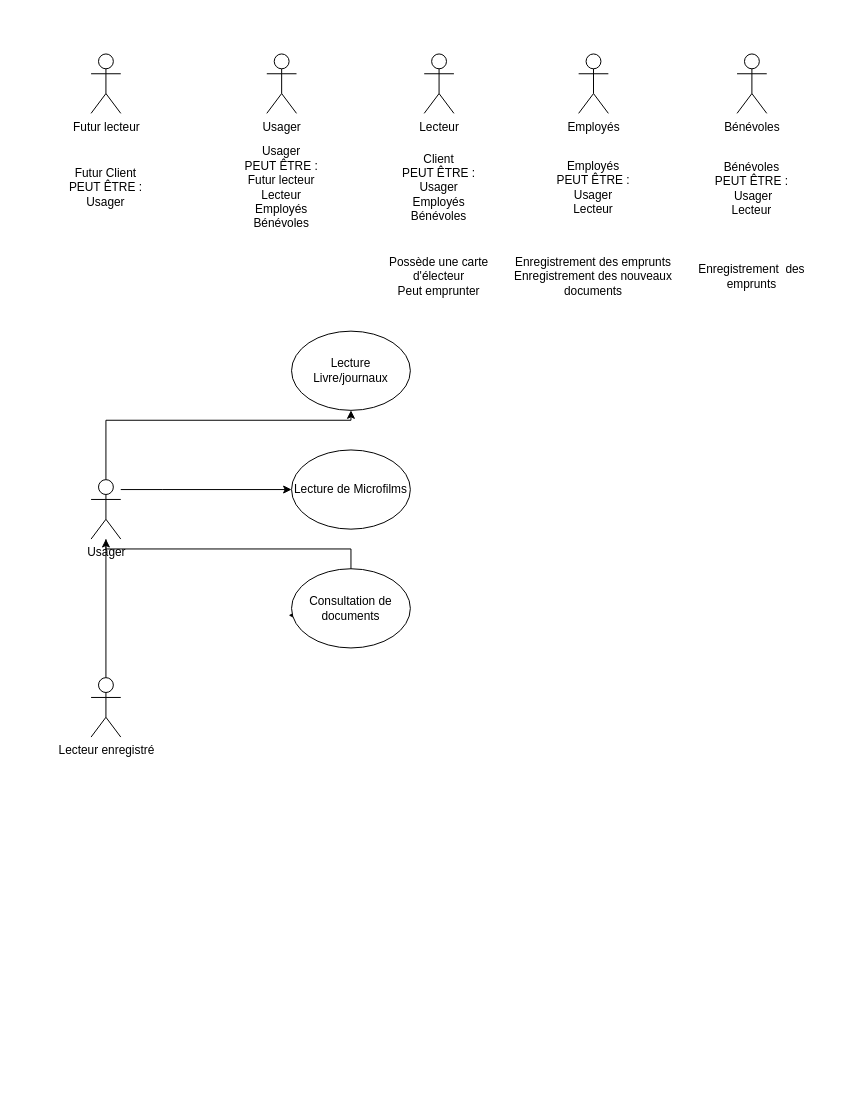
The draw.io diagram Untitled Diagram.drawio in FlorianPtf/Git-Mon-depot-distant, before the edit. Source tidied: cells renumbered, new cells numbered last; positions are measured from the earlier drawing's top-left corner, leaving out a move shared by most shapes. Both pictures are drawn from the tidied source at 99%, with x=0, y=0 at pixel (63, 53).
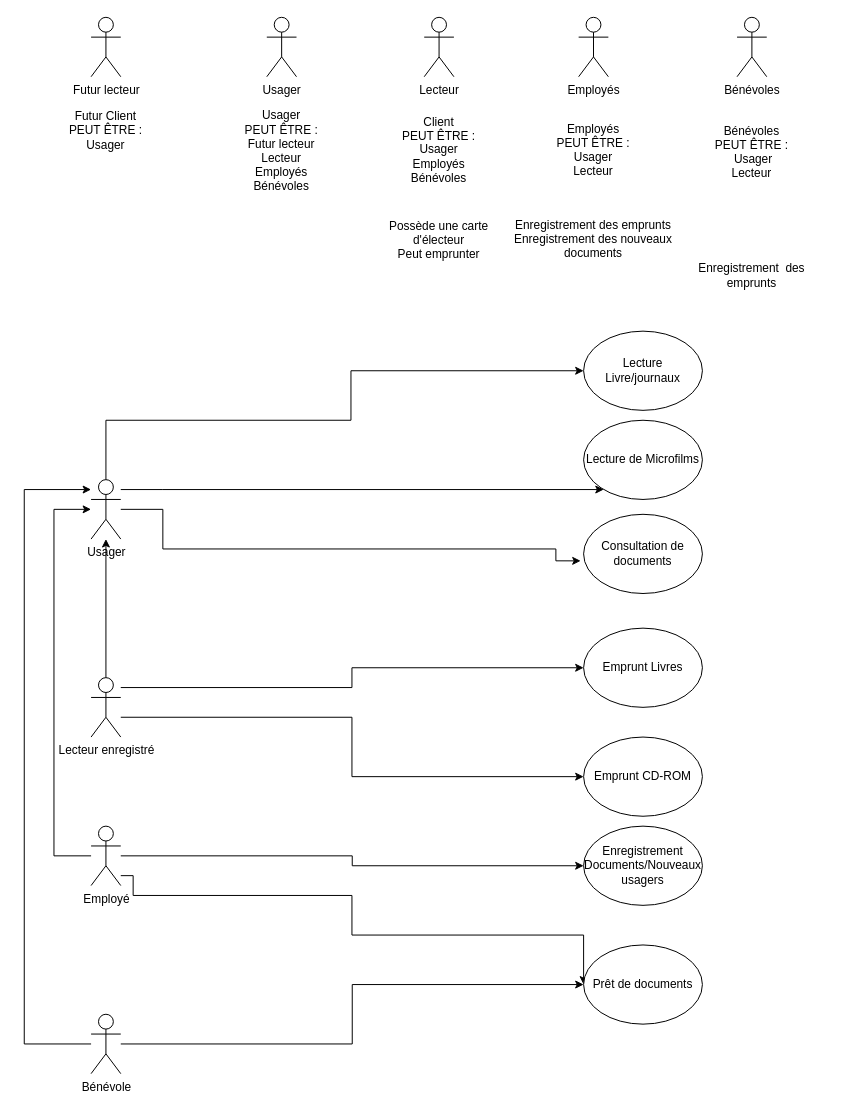
Above is the later version.

Commit message:
UML Bil

Unchanged cells that the change refers to:
```xml
<mxCell id="18" value="Usager&lt;br&gt;" style="shape=umlActor;verticalLabelPosition=bottom;verticalAlign=top;html=1;outlineConnect=0;" parent="1" vertex="1">
  <mxGeometry x="27.5" y="430" width="30" height="60" as="geometry" />
</mxCell>
<mxCell id="22" value="Lecteur enregistré&lt;br&gt;" style="shape=umlActor;verticalLabelPosition=bottom;verticalAlign=top;html=1;outlineConnect=0;" parent="1" vertex="1">
  <mxGeometry x="27.5" y="630" width="30" height="60" as="geometry" />
</mxCell>
```

Change to the diagram source:
```diff
@@
     <mxCell id="2" value="Usager&lt;br&gt;" style="shape=umlActor;verticalLabelPosition=bottom;verticalAlign=top;html=1;" parent="1" vertex="1">
-      <mxGeometry x="205" width="30" height="60" as="geometry" />
+      <mxGeometry x="205" y="-37" width="30" height="60" as="geometry" />
     </mxCell>
     <mxCell id="3" value="Futur lecteur" style="shape=umlActor;verticalLabelPosition=bottom;verticalAlign=top;html=1;" parent="1" vertex="1">
-      <mxGeometry x="27.5" width="30" height="60" as="geometry" />
+      <mxGeometry x="27.5" y="-37" width="30" height="60" as="geometry" />
     </mxCell>
     <mxCell id="4" value="Lecteur" style="shape=umlActor;verticalLabelPosition=bottom;verticalAlign=top;html=1;" parent="1" vertex="1">
-      <mxGeometry x="364" width="30" height="60" as="geometry" />
+      <mxGeometry x="364" y="-37" width="30" height="60" as="geometry" />
     </mxCell>
     <mxCell id="5" value="Employés&lt;br&gt;" style="shape=umlActor;verticalLabelPosition=bottom;verticalAlign=top;html=1;" parent="1" vertex="1">
-      <mxGeometry x="520" width="30" height="60" as="geometry" />
+      <mxGeometry x="520" y="-37" width="30" height="60" as="geometry" />
     </mxCell>
     <mxCell id="6" value="Bénévoles&lt;br&gt;" style="shape=umlActor;verticalLabelPosition=bottom;verticalAlign=top;html=1;" parent="1" vertex="1">
-      <mxGeometry x="680" width="30" height="60" as="geometry" />
+      <mxGeometry x="680" y="-37" width="30" height="60" as="geometry" />
     </mxCell>
     <mxCell id="7" value="Futur Client&lt;br&gt;PEUT ÊTRE :&lt;br&gt;Usager" style="text;html=1;strokeColor=none;fillColor=none;align=center;verticalAlign=middle;whiteSpace=wrap;rounded=0;" parent="1" vertex="1">
-      <mxGeometry y="120" width="85" height="30" as="geometry" />
+      <mxGeometry y="62" width="85" height="30" as="geometry" />
     </mxCell>
     <mxCell id="8" value="Usager&lt;br&gt;PEUT ÊTRE :&lt;br&gt;Futur lecteur&lt;br&gt;Lecteur&lt;br&gt;Employés&lt;br&gt;Bénévoles" style="text;html=1;strokeColor=none;fillColor=none;align=center;verticalAlign=middle;whiteSpace=wrap;rounded=0;" parent="1" vertex="1">
-      <mxGeometry x="160" y="120" width="120" height="30" as="geometry" />
+      <mxGeometry x="160" y="83" width="120" height="30" as="geometry" />
     </mxCell>
     <mxCell id="9" value="Client&lt;br&gt;PEUT ÊTRE :&lt;br&gt;Usager&lt;br&gt;Employés&lt;br&gt;Bénévoles" style="text;html=1;strokeColor=none;fillColor=none;align=center;verticalAlign=middle;whiteSpace=wrap;rounded=0;" parent="1" vertex="1">
-      <mxGeometry x="334" y="120" width="90" height="30" as="geometry" />
+      <mxGeometry x="334" y="82" width="90" height="30" as="geometry" />
     </mxCell>
     <mxCell id="10" value="Employés&lt;br&gt;PEUT ÊTRE :&lt;br&gt;Usager&lt;br&gt;Lecteur" style="text;html=1;strokeColor=none;fillColor=none;align=center;verticalAlign=middle;whiteSpace=wrap;rounded=0;" parent="1" vertex="1">
-      <mxGeometry x="490" y="120" width="90" height="30" as="geometry" />
+      <mxGeometry x="490" y="82" width="90" height="30" as="geometry" />
     </mxCell>
     <mxCell id="11" value="Bénévoles&lt;br&gt;PEUT ÊTRE :&lt;br&gt;&amp;nbsp;Usager&lt;br&gt;Lecteur" style="text;html=1;strokeColor=none;fillColor=none;align=center;verticalAlign=middle;whiteSpace=wrap;rounded=0;" parent="1" vertex="1">
-      <mxGeometry x="645" y="121" width="100" height="30" as="geometry" />
+      <mxGeometry x="645" y="84" width="100" height="30" as="geometry" />
     </mxCell>
     <mxCell id="12" value="Enregistrement&amp;nbsp; des emprunts" style="text;html=1;strokeColor=none;fillColor=none;align=center;verticalAlign=middle;whiteSpace=wrap;rounded=0;" parent="1" vertex="1">
-      <mxGeometry x="620" y="210" width="150" height="30" as="geometry" />
+      <mxGeometry x="620" y="209" width="150" height="30" as="geometry" />
     </mxCell>
     <mxCell id="13" value="Enregistrement des emprunts&lt;br&gt;Enregistrement des nouveaux documents" style="text;html=1;strokeColor=none;fillColor=none;align=center;verticalAlign=middle;whiteSpace=wrap;rounded=0;" parent="1" vertex="1">
-      <mxGeometry x="445" y="210" width="180" height="30" as="geometry" />
+      <mxGeometry x="445" y="172" width="180" height="30" as="geometry" />
     </mxCell>
     <mxCell id="14" value="Possède une carte d'électeur&lt;br&gt;Peut emprunter" style="text;html=1;strokeColor=none;fillColor=none;align=center;verticalAlign=middle;whiteSpace=wrap;rounded=0;" parent="1" vertex="1">
-      <mxGeometry x="309" y="210" width="140" height="30" as="geometry" />
+      <mxGeometry x="309" y="173" width="140" height="30" as="geometry" />
     </mxCell>
@@
     <mxCell id="17" style="edgeStyle=orthogonalEdgeStyle;rounded=0;jettySize=auto;html=1;entryX=-0.025;entryY=0.588;entryDx=0;entryDy=0;entryPerimeter=0;" parent="1" edge="1" source="18" target="23">
       <mxGeometry relative="1" as="geometry">
         <Array as="points">
-          <mxPoint x="43" y="500" />
-          <mxPoint x="290" y="500" />
-          <mxPoint x="290" y="567" />
+          <mxPoint x="100" y="460" />
+          <mxPoint x="100" y="500" />
+          <mxPoint x="497" y="500" />
+          <mxPoint x="497" y="512" />
         </Array>
       </mxGeometry>
     </mxCell>
@@
     <mxCell id="19" value="Lecture Livre/journaux" style="ellipse;whiteSpace=wrap;html=1;" parent="1" vertex="1">
-      <mxGeometry x="230" y="280" width="120" height="80" as="geometry" />
+      <mxGeometry x="525" y="280" width="120" height="80" as="geometry" />
     </mxCell>
     <mxCell id="20" value="Lecture de Microfilms" style="ellipse;whiteSpace=wrap;html=1;" parent="1" vertex="1">
-      <mxGeometry x="230" y="400" width="120" height="80" as="geometry" />
+      <mxGeometry x="525" y="370" width="120" height="80" as="geometry" />
     </mxCell>
@@
+    <mxCell id="24" style="edgeStyle=orthogonalEdgeStyle;rounded=0;jettySize=auto;html=1;" parent="1" edge="1" source="22" target="26">
+      <mxGeometry relative="1" as="geometry">
+        <Array as="points">
+          <mxPoint x="291" y="640" />
+          <mxPoint x="291" y="620" />
+        </Array>
+      </mxGeometry>
+    </mxCell>
+    <mxCell id="25" style="edgeStyle=orthogonalEdgeStyle;rounded=0;jettySize=auto;html=1;entryX=0;entryY=0.5;entryDx=0;entryDy=0;" parent="1" edge="1" source="22" target="27">
+      <mxGeometry relative="1" as="geometry">
+        <Array as="points">
+          <mxPoint x="291" y="670" />
+          <mxPoint x="291" y="730" />
+        </Array>
+      </mxGeometry>
+    </mxCell>
@@
     <mxCell id="23" value="Consultation de documents" style="ellipse;whiteSpace=wrap;html=1;" parent="1" vertex="1">
-      <mxGeometry x="230" y="520" width="120" height="80" as="geometry" />
+      <mxGeometry x="525" y="465" width="120" height="80" as="geometry" />
     </mxCell>
+    <mxCell id="26" value="Emprunt Livres" style="ellipse;whiteSpace=wrap;html=1;" parent="1" vertex="1">
+      <mxGeometry x="525" y="580" width="120" height="80" as="geometry" />
+    </mxCell>
+    <mxCell id="27" value="Emprunt CD-ROM" style="ellipse;whiteSpace=wrap;html=1;" parent="1" vertex="1">
+      <mxGeometry x="525" y="690" width="120" height="80" as="geometry" />
+    </mxCell>
+    <mxCell id="28" style="edgeStyle=orthogonalEdgeStyle;rounded=0;jettySize=auto;html=1;" parent="1" edge="1" source="31" target="18">
+      <mxGeometry relative="1" as="geometry">
+        <Array as="points">
+          <mxPoint x="-10" y="810" />
+          <mxPoint x="-10" y="460" />
+        </Array>
+      </mxGeometry>
+    </mxCell>
+    <mxCell id="29" style="edgeStyle=orthogonalEdgeStyle;rounded=0;jettySize=auto;html=1;" parent="1" edge="1" source="31" target="35">
+      <mxGeometry relative="1" as="geometry" />
+    </mxCell>
+    <mxCell id="30" style="edgeStyle=orthogonalEdgeStyle;rounded=0;jettySize=auto;html=1;entryX=0;entryY=0.5;entryDx=0;entryDy=0;" parent="1" edge="1" source="31" target="36">
+      <mxGeometry relative="1" as="geometry">
+        <Array as="points">
+          <mxPoint x="70" y="830" />
+          <mxPoint x="70" y="850" />
+          <mxPoint x="291" y="850" />
+          <mxPoint x="291" y="890" />
+          <mxPoint x="525" y="890" />
+        </Array>
+      </mxGeometry>
+    </mxCell>
+    <mxCell id="31" value="Employé&lt;br&gt;" style="shape=umlActor;verticalLabelPosition=bottom;verticalAlign=top;html=1;outlineConnect=0;" parent="1" vertex="1">
+      <mxGeometry x="27.5" y="780" width="30" height="60" as="geometry" />
+    </mxCell>
+    <mxCell id="32" style="edgeStyle=orthogonalEdgeStyle;rounded=0;jettySize=auto;html=1;" parent="1" edge="1" source="34" target="18">
+      <mxGeometry relative="1" as="geometry">
+        <Array as="points">
+          <mxPoint x="-40" y="1000" />
+          <mxPoint x="-40" y="440" />
+        </Array>
+      </mxGeometry>
+    </mxCell>
+    <mxCell id="33" style="edgeStyle=orthogonalEdgeStyle;rounded=0;jettySize=auto;html=1;" parent="1" edge="1" source="34" target="36">
+      <mxGeometry relative="1" as="geometry" />
+    </mxCell>
+    <mxCell id="34" value="Bénévole&lt;br&gt;" style="shape=umlActor;verticalLabelPosition=bottom;verticalAlign=top;html=1;outlineConnect=0;" parent="1" vertex="1">
+      <mxGeometry x="27.5" y="970" width="30" height="60" as="geometry" />
+    </mxCell>
+    <mxCell id="35" value="Enregistrement Documents/Nouveaux usagers" style="ellipse;whiteSpace=wrap;html=1;" parent="1" vertex="1">
+      <mxGeometry x="525" y="780" width="120" height="80" as="geometry" />
+    </mxCell>
+    <mxCell id="36" value="Prêt de documents" style="ellipse;whiteSpace=wrap;html=1;" parent="1" vertex="1">
+      <mxGeometry x="525" y="900" width="120" height="80" as="geometry" />
+    </mxCell>
```
